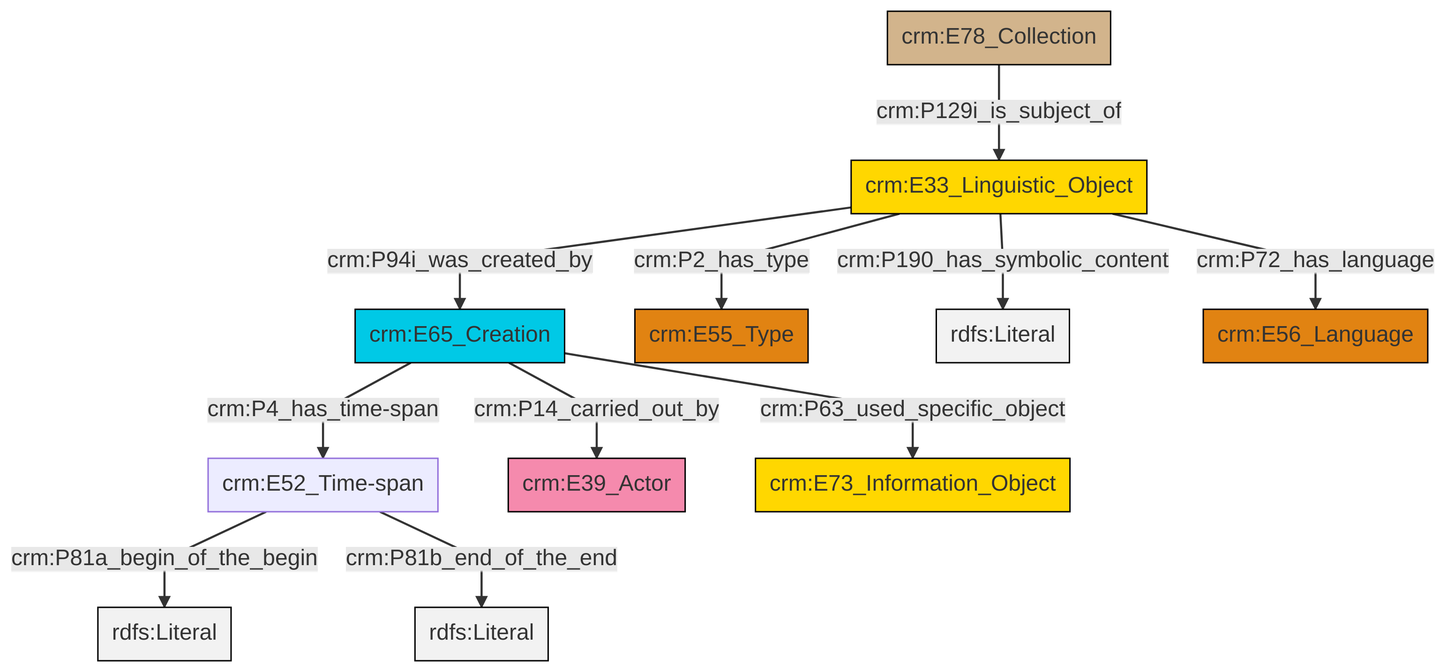
Earlier version of the Mermaid export et/archivalCSV/ttl/mmd/png/archival_desc.png (swiss-art-research-net/docs.swissartresearch). Its source is kept beside it as et/archivalCSV/ttl/mmd/archival_desc.ttl.mmd.
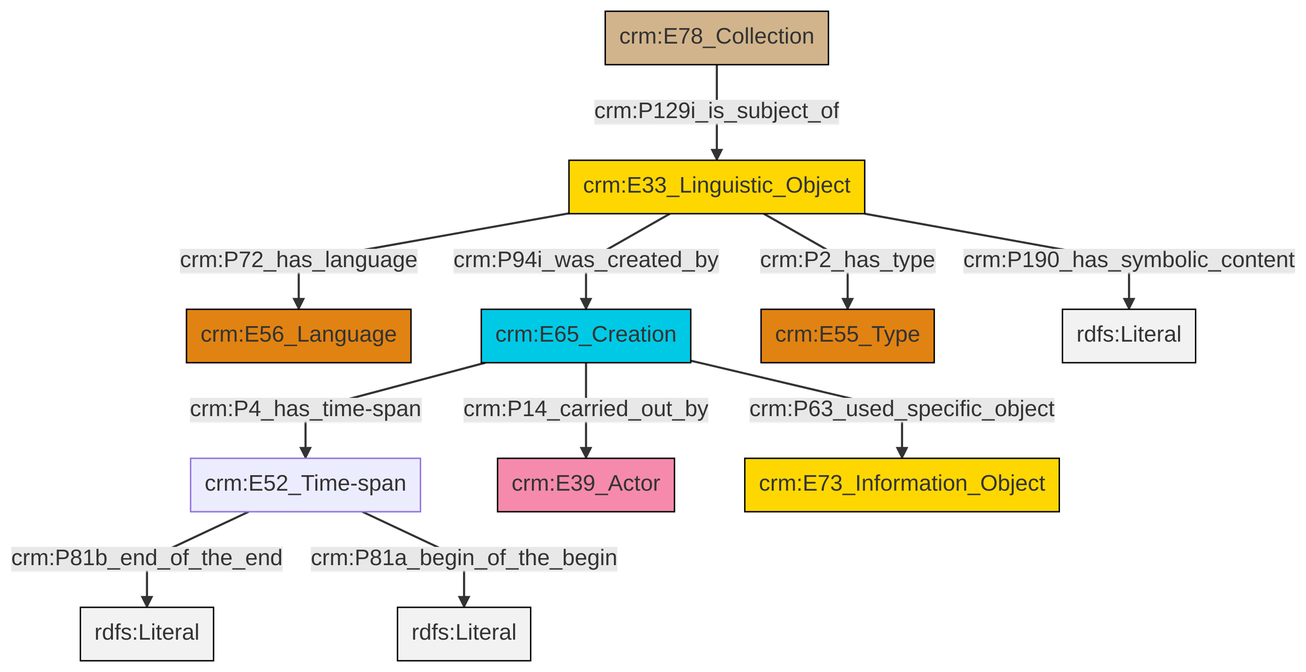
Above is the later version.

The edit, as a diff of the source:
```diff
@@ -13,13 +13,13 @@
 classDef PC_Classes fill:#4ce600, stroke:#000000;
 classDef Multi fill:#cccccc,stroke:#000000;
 
-0["crm:E65_Creation"]:::Temporal_Entity -->|crm:P4_has_time-span| 1["crm:E52_Time-span"]:::Default
-2["crm:E33_Linguistic_Object"]:::Conceptual_Object -->|crm:P2_has_type| 3["crm:E55_Type"]:::Type
-2["crm:E33_Linguistic_Object"]:::Conceptual_Object -->|crm:P94i_was_created_by| 0["crm:E65_Creation"]:::Temporal_Entity
-1["crm:E52_Time-span"]:::Default -->|crm:P81a_begin_of_the_begin| 4[rdfs:Literal]:::Literal
-0["crm:E65_Creation"]:::Temporal_Entity -->|crm:P14_carried_out_by| 6["crm:E39_Actor"]:::Actor
-0["crm:E65_Creation"]:::Temporal_Entity -->|crm:P63_used_specific_object| 8["crm:E73_Information_Object"]:::Conceptual_Object
+2["crm:E33_Linguistic_Object"]:::Conceptual_Object -->|crm:P94i_was_created_by| 3["crm:E65_Creation"]:::Temporal_Entity
+2["crm:E33_Linguistic_Object"]:::Conceptual_Object -->|crm:P2_has_type| 4["crm:E55_Type"]:::Type
+5["crm:E52_Time-span"]:::Default -->|crm:P81b_end_of_the_end| 6[rdfs:Literal]:::Literal
+3["crm:E65_Creation"]:::Temporal_Entity -->|crm:P4_has_time-span| 5["crm:E52_Time-span"]:::Default
+5["crm:E52_Time-span"]:::Default -->|crm:P81a_begin_of_the_begin| 8[rdfs:Literal]:::Literal
+3["crm:E65_Creation"]:::Temporal_Entity -->|crm:P14_carried_out_by| 9["crm:E39_Actor"]:::Actor
+2["crm:E33_Linguistic_Object"]:::Conceptual_Object -->|crm:P72_has_language| 0["crm:E56_Language"]:::Type
 2["crm:E33_Linguistic_Object"]:::Conceptual_Object -->|crm:P190_has_symbolic_content| 11[rdfs:Literal]:::Literal
-1["crm:E52_Time-span"]:::Default -->|crm:P81b_end_of_the_end| 13[rdfs:Literal]:::Literal
-15["crm:E78_Collection"]:::Physical_Thing -->|crm:P129i_is_subject_of| 2["crm:E33_Linguistic_Object"]:::Conceptual_Object
-2["crm:E33_Linguistic_Object"]:::Conceptual_Object -->|crm:P72_has_language| 16["crm:E56_Language"]:::Type
+3["crm:E65_Creation"]:::Temporal_Entity -->|crm:P63_used_specific_object| 12["crm:E73_Information_Object"]:::Conceptual_Object
+14["crm:E78_Collection"]:::Physical_Thing -->|crm:P129i_is_subject_of| 2["crm:E33_Linguistic_Object"]:::Conceptual_Object
```
